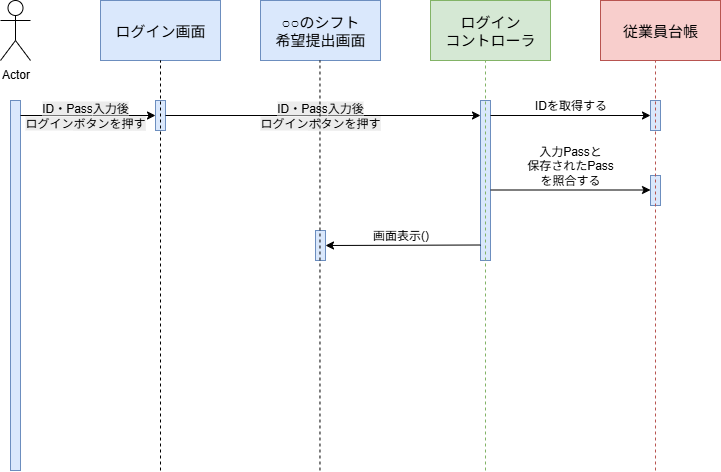
rei00125/data_structure keeps this draw.io diagram as week4/usecase01_sequence.png. Above is the earlier version. Source tidied: cells renumbered, new cells last; positions are measured from the earlier drawing's top-left corner, leaving out a move shared by most shapes. Source of this version:
```xml
<mxGraphModel>
  <root>
    <mxCell id="0" />
    <mxCell id="1" parent="0" />
    <mxCell id="2" value="Actor" style="shape=umlActor;verticalLabelPosition=bottom;verticalAlign=top;html=1;" parent="1" vertex="1">
      <mxGeometry width="30" height="60" as="geometry" />
    </mxCell>
    <mxCell id="3" value="&lt;font style=&quot;font-size: 15px;&quot;&gt;ログイン画面&lt;/font&gt;" style="rounded=0;whiteSpace=wrap;html=1;fillColor=#dae8fc;strokeColor=#6c8ebf;" parent="1" vertex="1">
      <mxGeometry x="100" width="120" height="60" as="geometry" />
    </mxCell>
    <mxCell id="4" style="rounded=0;whiteSpace=wrap;html=1;fillColor=#dae8fc;strokeColor=#6c8ebf;" parent="1" vertex="1">
      <mxGeometry x="10" y="100" width="10" height="370" as="geometry" />
    </mxCell>
    <mxCell id="5" value="&lt;font style=&quot;font-size: 15px;&quot;&gt;○○のシフト&lt;/font&gt;&lt;div&gt;&lt;font style=&quot;font-size: 15px;&quot;&gt;希望提出画面&lt;/font&gt;&lt;/div&gt;" style="rounded=0;whiteSpace=wrap;html=1;fillColor=#dae8fc;strokeColor=#6c8ebf;" parent="1" vertex="1">
      <mxGeometry x="260" width="120" height="60" as="geometry" />
    </mxCell>
    <mxCell id="6" value="&lt;font style=&quot;font-size: 15px;&quot;&gt;従業員台帳&lt;/font&gt;" style="rounded=0;whiteSpace=wrap;html=1;fillColor=#f8cecc;strokeColor=#b85450;" parent="1" vertex="1">
      <mxGeometry x="600" width="120" height="60" as="geometry" />
    </mxCell>
    <mxCell id="7" value="&lt;span style=&quot;font-size: 15px;&quot;&gt;ログイン&lt;/span&gt;&lt;div&gt;&lt;span style=&quot;font-size: 15px;&quot;&gt;コントローラ&lt;/span&gt;&lt;/div&gt;" style="rounded=0;whiteSpace=wrap;html=1;fillColor=#d5e8d4;strokeColor=#82b366;" parent="1" vertex="1">
      <mxGeometry x="430" width="120" height="60" as="geometry" />
    </mxCell>
    <mxCell id="8" style="rounded=0;whiteSpace=wrap;html=1;fillColor=#dae8fc;strokeColor=#6c8ebf;" parent="1" vertex="1">
      <mxGeometry x="480" y="100" width="10" height="160" as="geometry" />
    </mxCell>
    <mxCell id="9" style="rounded=0;whiteSpace=wrap;html=1;fillColor=#dae8fc;strokeColor=#6c8ebf;" parent="1" vertex="1">
      <mxGeometry x="650" y="100" width="10" height="30" as="geometry" />
    </mxCell>
    <mxCell id="10" style="endArrow=classic;html=1;rounded=0;entryX=0;entryY=0.5;entryDx=0;entryDy=0;" parent="1" edge="1" target="9">
      <mxGeometry relative="1" as="geometry">
        <mxPoint x="490" y="115" as="sourcePoint" />
      </mxGeometry>
    </mxCell>
    <mxCell id="11" value="IDを取得する" style="text;html=1;align=center;verticalAlign=middle;strokeColor=none;fillColor=none;" parent="1" vertex="1">
      <mxGeometry x="520" y="90" width="100" height="30" as="geometry" />
    </mxCell>
    <mxCell id="12" style="endArrow=classic;html=1;rounded=0;entryX=0;entryY=0.5;entryDx=0;entryDy=0;" parent="1" edge="1" target="13">
      <mxGeometry relative="1" as="geometry">
        <mxPoint x="20" y="115" as="sourcePoint" />
      </mxGeometry>
    </mxCell>
    <mxCell id="13" style="rounded=0;whiteSpace=wrap;html=1;fillColor=#dae8fc;strokeColor=#6c8ebf;" parent="1" vertex="1">
      <mxGeometry x="155" y="100" width="10" height="30" as="geometry" />
    </mxCell>
    <mxCell id="14" style="endArrow=classic;html=1;rounded=0;exitX=1;exitY=0.5;exitDx=0;exitDy=0;" parent="1" edge="1" source="13">
      <mxGeometry relative="1" as="geometry">
        <mxPoint x="480" y="115" as="targetPoint" />
      </mxGeometry>
    </mxCell>
    <mxCell id="15" value="&lt;span style=&quot;background-color: rgb(236, 236, 236);&quot;&gt;ID・Pass&lt;/span&gt;&lt;span style=&quot;background-color: light-dark(rgb(236, 236, 236), rgb(34, 34, 34)); color: light-dark(rgb(0, 0, 0), rgb(255, 255, 255));&quot;&gt;入力後&lt;/span&gt;&lt;div style=&quot;background-color: rgb(236, 236, 236);&quot;&gt;&lt;span style=&quot;background-color: transparent; color: light-dark(rgb(0, 0, 0), rgb(255, 255, 255));&quot;&gt;ログイン&lt;/span&gt;&lt;span style=&quot;background-color: light-dark(rgb(236, 236, 236), rgb(34, 34, 34)); color: light-dark(rgb(0, 0, 0), rgb(255, 255, 255));&quot;&gt;ボタンを押す&lt;/span&gt;&lt;/div&gt;" style="text;html=1;align=center;verticalAlign=middle;whiteSpace=wrap;rounded=0;" parent="1" vertex="1">
      <mxGeometry y="100" width="170" height="30" as="geometry" />
    </mxCell>
    <mxCell id="16" value="&lt;span style=&quot;background-color: rgb(236, 236, 236);&quot;&gt;ID・Pass&lt;/span&gt;&lt;span style=&quot;background-color: light-dark(rgb(236, 236, 236), rgb(34, 34, 34)); color: light-dark(rgb(0, 0, 0), rgb(255, 255, 255));&quot;&gt;入力後&lt;/span&gt;&lt;div style=&quot;background-color: rgb(236, 236, 236);&quot;&gt;&lt;span style=&quot;background-color: transparent; color: light-dark(rgb(0, 0, 0), rgb(255, 255, 255));&quot;&gt;ログイン&lt;/span&gt;&lt;span style=&quot;background-color: light-dark(rgb(236, 236, 236), rgb(34, 34, 34)); color: light-dark(rgb(0, 0, 0), rgb(255, 255, 255));&quot;&gt;ボタンを押す&lt;/span&gt;&lt;/div&gt;" style="text;html=1;align=center;verticalAlign=middle;whiteSpace=wrap;rounded=0;" parent="1" vertex="1">
      <mxGeometry x="235" y="100" width="170" height="30" as="geometry" />
    </mxCell>
    <mxCell id="17" style="rounded=0;whiteSpace=wrap;html=1;fillColor=#dae8fc;strokeColor=#6c8ebf;" parent="1" vertex="1">
      <mxGeometry x="315" y="230" width="10" height="30" as="geometry" />
    </mxCell>
    <mxCell id="18" style="rounded=0;whiteSpace=wrap;html=1;fillColor=#dae8fc;strokeColor=#6c8ebf;" parent="1" vertex="1">
      <mxGeometry x="650" y="100" width="10" height="30" as="geometry" />
    </mxCell>
    <mxCell id="19" style="rounded=0;whiteSpace=wrap;html=1;fillColor=#dae8fc;strokeColor=#6c8ebf;" parent="1" vertex="1">
      <mxGeometry x="650" y="175" width="10" height="30" as="geometry" />
    </mxCell>
    <mxCell id="20" style="endArrow=classic;html=1;rounded=0;entryX=0;entryY=0.5;entryDx=0;entryDy=0;" parent="1" edge="1">
      <mxGeometry relative="1" as="geometry">
        <mxPoint x="490" y="189.5" as="sourcePoint" />
        <mxPoint x="650" y="189.5" as="targetPoint" />
      </mxGeometry>
    </mxCell>
    <mxCell id="21" value="&lt;div&gt;入力Passと&lt;/div&gt;&lt;div&gt;保存されたPass&lt;/div&gt;&lt;div&gt;を照合する&lt;/div&gt;" style="text;html=1;align=center;verticalAlign=middle;whiteSpace=wrap;rounded=0;" parent="1" vertex="1">
      <mxGeometry x="485" y="150" width="170" height="30" as="geometry" />
    </mxCell>
    <mxCell id="22" style="endArrow=classic;html=1;rounded=0;entryX=1;entryY=0.5;entryDx=0;entryDy=0;" parent="1" edge="1" target="17">
      <mxGeometry relative="1" as="geometry">
        <mxPoint x="480" y="244.5" as="sourcePoint" />
      </mxGeometry>
    </mxCell>
    <mxCell id="23" value="画面表示()" style="text;html=1;align=center;verticalAlign=middle;strokeColor=none;fillColor=none;" parent="1" vertex="1">
      <mxGeometry x="360" y="220" width="80" height="30" as="geometry" />
    </mxCell>
    <mxCell id="24" style="endArrow=none;dashed=1;html=1;rounded=0;" parent="1" edge="1">
      <mxGeometry relative="1" as="geometry">
        <mxPoint x="160" y="470" as="sourcePoint" />
        <mxPoint x="160" y="60" as="targetPoint" />
      </mxGeometry>
    </mxCell>
    <mxCell id="25" style="endArrow=none;dashed=1;html=1;rounded=0;" parent="1" edge="1">
      <mxGeometry relative="1" as="geometry">
        <mxPoint x="319.5" y="470" as="sourcePoint" />
        <mxPoint x="319.5" y="60" as="targetPoint" />
      </mxGeometry>
    </mxCell>
    <mxCell id="26" style="endArrow=none;dashed=1;html=1;rounded=0;fillColor=#d5e8d4;strokeColor=#82b366;" parent="1" edge="1">
      <mxGeometry relative="1" as="geometry">
        <mxPoint x="485" y="470" as="sourcePoint" />
        <mxPoint x="485" y="60" as="targetPoint" />
      </mxGeometry>
    </mxCell>
    <mxCell id="27" style="endArrow=none;dashed=1;html=1;rounded=0;fillColor=#f8cecc;strokeColor=#b85450;" parent="1" edge="1">
      <mxGeometry relative="1" as="geometry">
        <mxPoint x="655" y="470" as="sourcePoint" />
        <mxPoint x="655" y="60" as="targetPoint" />
      </mxGeometry>
    </mxCell>
  </root>
</mxGraphModel>
```
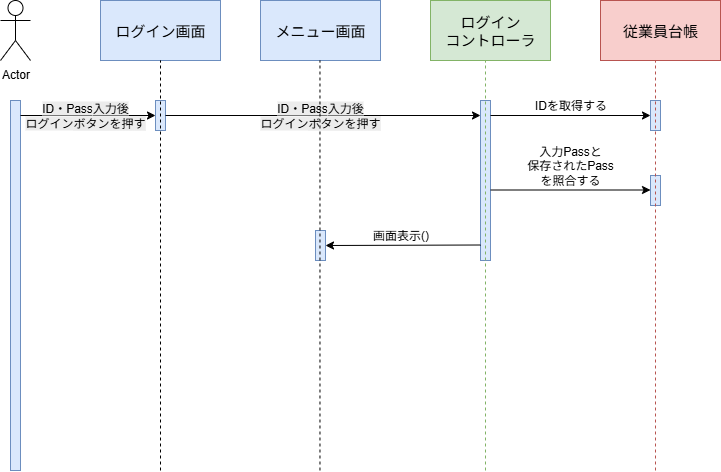
Later version of the same file.

Commit message:
ユースケース1のシフト希望提出画面という表記をメニュー画面に変更いたしました

Change to the diagram source:
```diff
@@ -11,7 +11,7 @@
     <mxCell id="4" style="rounded=0;whiteSpace=wrap;html=1;fillColor=#dae8fc;strokeColor=#6c8ebf;" parent="1" vertex="1">
       <mxGeometry x="10" y="100" width="10" height="370" as="geometry" />
     </mxCell>
-    <mxCell id="5" value="&lt;font style=&quot;font-size: 15px;&quot;&gt;○○のシフト&lt;/font&gt;&lt;div&gt;&lt;font style=&quot;font-size: 15px;&quot;&gt;希望提出画面&lt;/font&gt;&lt;/div&gt;" style="rounded=0;whiteSpace=wrap;html=1;fillColor=#dae8fc;strokeColor=#6c8ebf;" parent="1" vertex="1">
+    <mxCell id="5" value="&lt;span style=&quot;font-size: 15px;&quot;&gt;メニュー画面&lt;/span&gt;" style="rounded=0;whiteSpace=wrap;html=1;fillColor=#dae8fc;strokeColor=#6c8ebf;" parent="1" vertex="1">
       <mxGeometry x="260" width="120" height="60" as="geometry" />
     </mxCell>
     <mxCell id="6" value="&lt;font style=&quot;font-size: 15px;&quot;&gt;従業員台帳&lt;/font&gt;" style="rounded=0;whiteSpace=wrap;html=1;fillColor=#f8cecc;strokeColor=#b85450;" parent="1" vertex="1">
```
